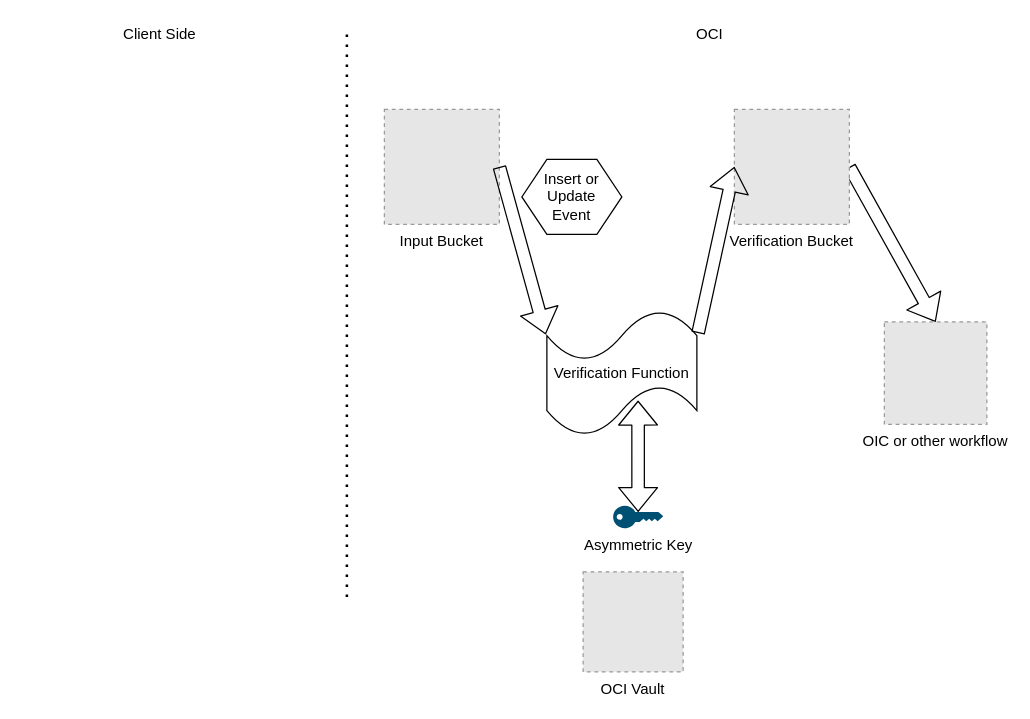
Before: DigitalSignatureFlow.drawio in agregory999/oci-architecture, a draw.io diagram. Source tidied: cells renumbered, new cells numbered last; positions are measured from the earlier drawing's top-left corner, leaving out a move shared by most shapes. Both pictures are drawn from the tidied source at 125%, with x=0, y=0 at pixel (115, 21). Pictures stored in the file or linked from it are replaced by grey dashed boxes.
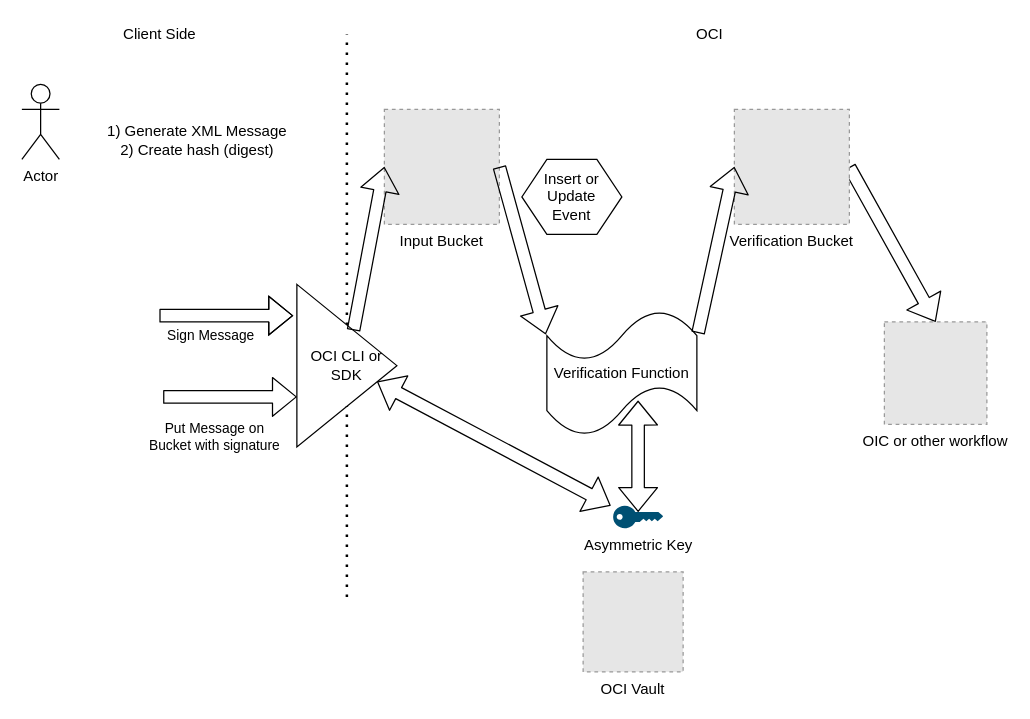
After the change.

Unchanged cells that the change refers to:
```xml
<mxCell id="8" value="Input Bucket" style="fillColor=#E6E6E6;strokeColor=#999999;dashed=1;verticalLabelPosition=bottom;verticalAlign=top;" parent="1" vertex="1">
  <mxGeometry x="215" y="70" width="92" height="92" as="geometry" />
</mxCell>
<mxCell id="11" value="Asymmetric Key" style="points=[[0,0.5,0],[0.24,0,0],[0.5,0.28,0],[0.995,0.475,0],[0.5,0.72,0],[0.24,1,0]];verticalLabelPosition=bottom;html=1;verticalAlign=top;align=center;shape=mxgraph.cisco19.key;fillColor=#005073;strokeColor=none;" parent="1" vertex="1">
  <mxGeometry x="398" y="387" width="40" height="18" as="geometry" />
</mxCell>
```

What changed in the source:
```diff
@@
-    <mxCell id="2" style="endArrow=none;dashed=1;html=1;dashPattern=1 3;strokeWidth=2;" parent="1" edge="1">
+    <mxCell id="2" style="endArrow=none;dashed=1;html=1;dashPattern=1 3;strokeWidth=2;" parent="1" edge="1" source="20">
       <mxGeometry relative="1" as="geometry">
-        <mxPoint x="185" y="460" as="sourcePoint" />
         <mxPoint x="185" y="10" as="targetPoint" />
       </mxGeometry>
     </mxCell>
@@
+    <mxCell id="16" value="Actor" style="shape=umlActor;verticalLabelPosition=bottom;verticalAlign=top;html=1;" parent="1" vertex="1">
+      <mxGeometry x="-75" y="50" width="30" height="60" as="geometry" />
+    </mxCell>
+    <mxCell id="17" value="1) Generate XML Message&lt;br&gt;2) Create hash (digest)" style="text;html=1;align=center;verticalAlign=middle;" parent="1" vertex="1">
+      <mxGeometry x="-15" y="80" width="160" height="30" as="geometry" />
+    </mxCell>
+    <mxCell id="18" style="shape=flexArrow;endArrow=classic;html=1;entryX=-0.037;entryY=0.192;entryDx=0;entryDy=0;entryPerimeter=0;" parent="1" edge="1" target="20">
+      <mxGeometry relative="1" as="geometry">
+        <mxPoint x="35" y="235" as="sourcePoint" />
+        <Array as="points">
+          <mxPoint x="115" y="235" />
+          <mxPoint x="142" y="235" />
+        </Array>
+      </mxGeometry>
+    </mxCell>
+    <mxCell id="19" value="Sign Message" style="edgeLabel;html=1;align=center;verticalAlign=middle;" parent="18" vertex="1">
+      <mxGeometry x="-0.44" relative="1" as="geometry">
+        <mxPoint x="10" y="15" as="offset" />
+      </mxGeometry>
+    </mxCell>
+    <mxCell id="20" value="OCI CLI or SDK" style="triangle;whiteSpace=wrap;html=1;" parent="1" vertex="1">
+      <mxGeometry x="145" y="210" width="80" height="130" as="geometry" />
+    </mxCell>
+    <mxCell id="21" style="endArrow=none;dashed=1;html=1;dashPattern=1 3;strokeWidth=2;" parent="1" edge="1" target="20">
+      <mxGeometry relative="1" as="geometry">
+        <mxPoint x="185" y="460" as="sourcePoint" />
+      </mxGeometry>
+    </mxCell>
+    <mxCell id="22" style="shape=flexArrow;endArrow=classic;html=1;entryX=-0.037;entryY=0.192;entryDx=0;entryDy=0;entryPerimeter=0;" parent="1" edge="1">
+      <mxGeometry relative="1" as="geometry">
+        <mxPoint x="38" y="300" as="sourcePoint" />
+        <mxPoint x="145" y="300" as="targetPoint" />
+      </mxGeometry>
+    </mxCell>
+    <mxCell id="23" value="Put Message on &lt;br&gt;Bucket with signature" style="edgeLabel;html=1;align=center;verticalAlign=middle;" parent="22" vertex="1">
+      <mxGeometry x="-0.44" relative="1" as="geometry">
+        <mxPoint x="10" y="31" as="offset" />
+      </mxGeometry>
+    </mxCell>
+    <mxCell id="24" style="shape=flexArrow;endArrow=classic;startArrow=classic;html=1;entryX=-0.05;entryY=0;entryDx=0;entryDy=0;entryPerimeter=0;" parent="1" edge="1" source="20" target="11">
+      <mxGeometry relative="1" as="geometry" />
+    </mxCell>
+    <mxCell id="25" style="shape=flexArrow;endArrow=classic;html=1;entryX=0;entryY=0.5;entryDx=0;entryDy=0;" parent="1" edge="1" source="20" target="8">
+      <mxGeometry relative="1" as="geometry" />
+    </mxCell>
```
